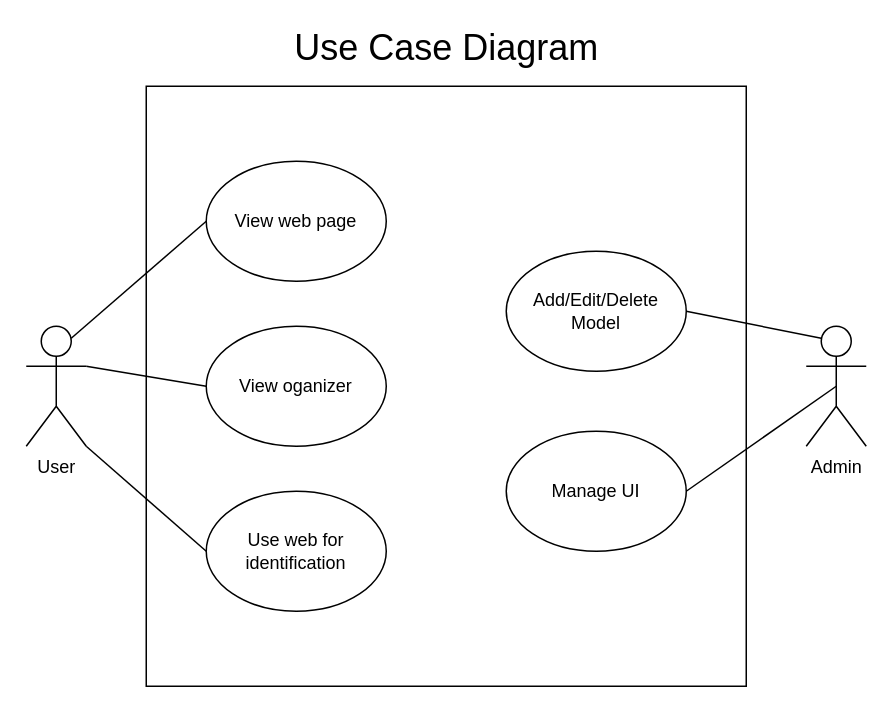
This is diagram_project.drawio from phlpat/phlpat, a draw.io file, before an edit. Source tidied: cells renumbered, new cells numbered last; positions are measured from the earlier drawing's top-left corner, leaving out a move shared by most shapes. Both pictures are drawn from the tidied source at 150%, with x=0, y=0 at pixel (26, 26).
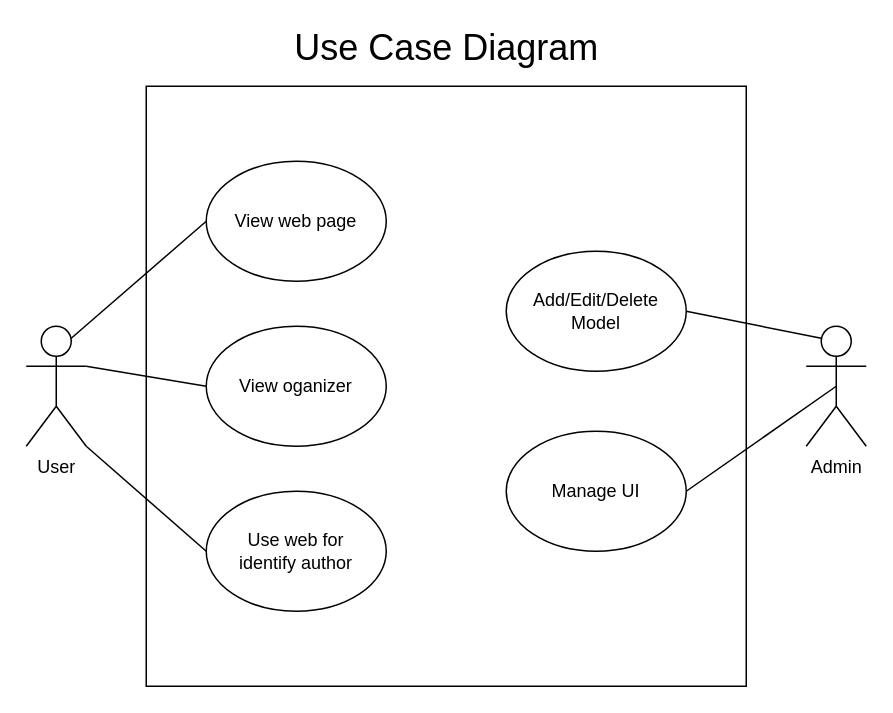
After the change.

Diff of the diagram source:
```diff
@@
 <mxGraphModel>
   <root>
     <mxCell id="0" />
     <mxCell id="1" parent="0" />
     <mxCell id="2" value="User" style="shape=umlActor;verticalLabelPosition=bottom;verticalAlign=top;html=1;outlineConnect=0;" parent="1" vertex="1">
       <mxGeometry y="200" width="40" height="80" as="geometry" />
     </mxCell>
     <mxCell id="3" value="Admin" style="shape=umlActor;verticalLabelPosition=bottom;verticalAlign=top;html=1;outlineConnect=0;" parent="1" vertex="1">
       <mxGeometry x="520" y="200" width="40" height="80" as="geometry" />
     </mxCell>
     <mxCell id="4" style="rounded=0;whiteSpace=wrap;html=1;" parent="1" vertex="1">
       <mxGeometry x="80" y="40" width="400" height="400" as="geometry" />
     </mxCell>
     <mxCell id="5" value="Add/Edit/Delete Model" style="ellipse;whiteSpace=wrap;html=1;" parent="1" vertex="1">
       <mxGeometry x="320" y="150" width="120" height="80" as="geometry" />
     </mxCell>
     <mxCell id="6" value="View oganizer" style="ellipse;whiteSpace=wrap;html=1;" parent="1" vertex="1">
       <mxGeometry x="120" y="200" width="120" height="80" as="geometry" />
     </mxCell>
-    <mxCell id="7" value="Use web for identification" style="ellipse;whiteSpace=wrap;html=1;" parent="1" vertex="1">
+    <mxCell id="7" value="Use web for &lt;br&gt;identify author" style="ellipse;whiteSpace=wrap;html=1;" parent="1" vertex="1">
       <mxGeometry x="120" y="310" width="120" height="80" as="geometry" />
     </mxCell>
     <mxCell id="8" value="View web page" style="ellipse;whiteSpace=wrap;html=1;" parent="1" vertex="1">
       <mxGeometry x="120" y="90" width="120" height="80" as="geometry" />
     </mxCell>
     <mxCell id="9" value="Manage UI" style="ellipse;whiteSpace=wrap;html=1;" parent="1" vertex="1">
       <mxGeometry x="320" y="270" width="120" height="80" as="geometry" />
     </mxCell>
     <mxCell id="10" value="&lt;font style=&quot;font-size: 24px;&quot;&gt;Use Case Diagram&lt;/font&gt;" style="text;html=1;strokeColor=none;fillColor=none;align=center;verticalAlign=middle;whiteSpace=wrap;rounded=0;" parent="1" vertex="1">
       <mxGeometry x="163.8" width="232.5" height="30" as="geometry" />
     </mxCell>
     <mxCell id="11" style="endArrow=none;html=1;rounded=0;fontSize=24;entryX=0;entryY=0.5;entryDx=0;entryDy=0;exitX=0.75;exitY=0.1;exitDx=0;exitDy=0;exitPerimeter=0;" parent="1" edge="1" source="2" target="8">
       <mxGeometry relative="1" as="geometry" />
     </mxCell>
     <mxCell id="12" style="endArrow=none;html=1;rounded=0;fontSize=24;entryX=0;entryY=0.5;entryDx=0;entryDy=0;exitX=1;exitY=0.3333333333333333;exitDx=0;exitDy=0;exitPerimeter=0;" parent="1" edge="1" source="2" target="6">
       <mxGeometry relative="1" as="geometry" />
     </mxCell>
     <mxCell id="13" style="endArrow=none;html=1;rounded=0;fontSize=24;exitX=1;exitY=1;exitDx=0;exitDy=0;exitPerimeter=0;entryX=0;entryY=0.5;entryDx=0;entryDy=0;" parent="1" edge="1" source="2" target="7">
       <mxGeometry relative="1" as="geometry" />
     </mxCell>
     <mxCell id="14" style="endArrow=none;html=1;rounded=0;fontSize=24;entryX=0.25;entryY=0.1;entryDx=0;entryDy=0;entryPerimeter=0;exitX=1;exitY=0.5;exitDx=0;exitDy=0;" parent="1" edge="1" source="5" target="3">
       <mxGeometry relative="1" as="geometry" />
     </mxCell>
     <mxCell id="15" style="endArrow=none;html=1;rounded=0;fontSize=24;entryX=0.5;entryY=0.5;entryDx=0;entryDy=0;entryPerimeter=0;exitX=1;exitY=0.5;exitDx=0;exitDy=0;" parent="1" edge="1" source="9" target="3">
       <mxGeometry relative="1" as="geometry" />
     </mxCell>
   </root>
 </mxGraphModel>
```
